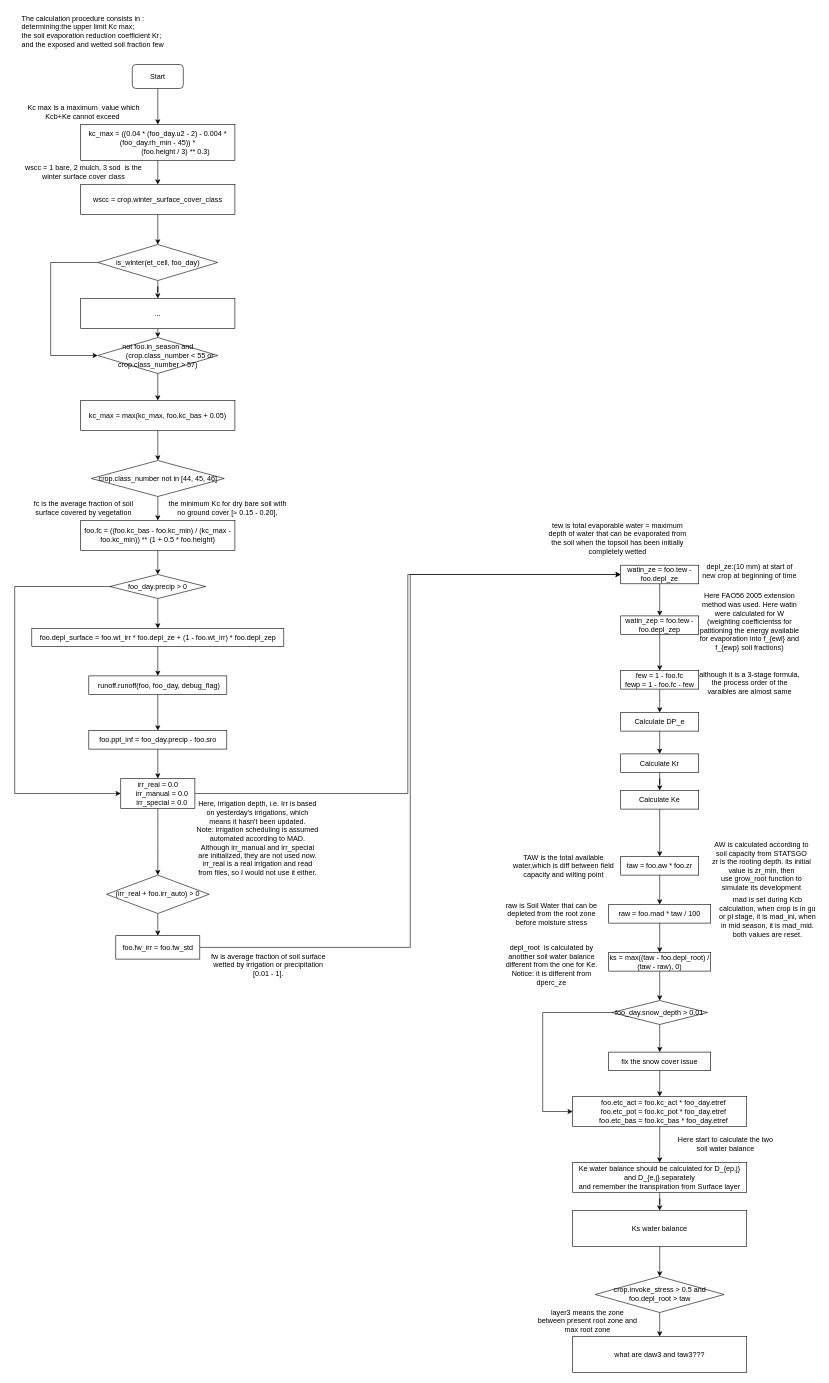
This is page "Ke_Ks-flow-chart" (5 of 5) of docs/Untitled Diagram.drawio from OuyangWenyu/et-demands, a draw.io file, before an edit. Source tidied: cells renumbered, new cells numbered last; positions are measured from the earlier drawing's top-left corner, leaving out a move shared by most shapes. Both pictures are drawn from the tidied source at 60%, with x=0, y=0 at pixel (14, 10).
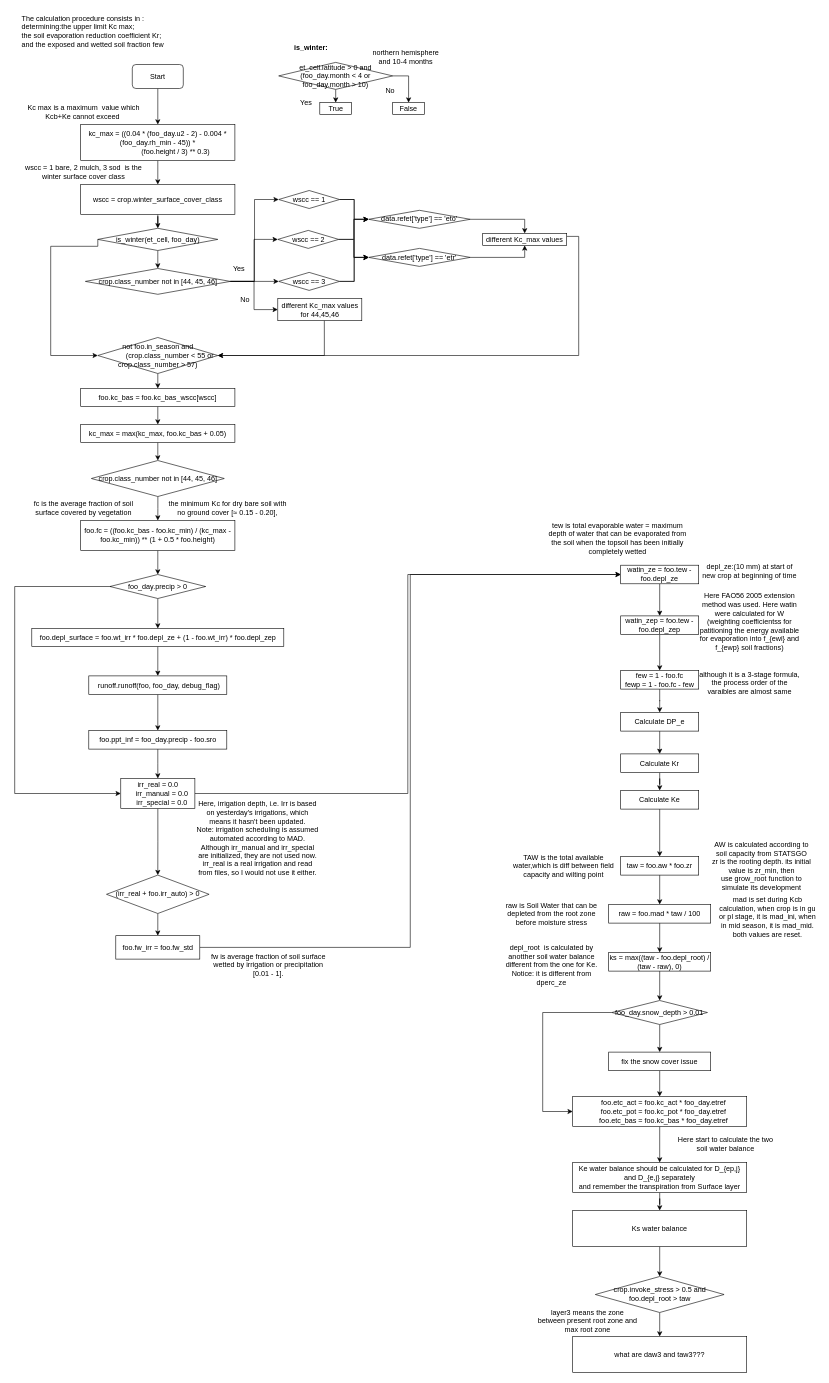
The same diagram, later.

Unchanged cells that the change refers to:
```xml
<mxCell id="15" value="&lt;div&gt;not foo.in_season and&lt;/div&gt;&lt;div&gt;&amp;nbsp; &amp;nbsp; &amp;nbsp; &amp;nbsp; &amp;nbsp; &amp;nbsp; (crop.class_number &amp;lt; 55 or crop.class_number &amp;gt; 57)&lt;/div&gt;" style="rhombus;whiteSpace=wrap;html=1;" parent="1" vertex="1">
  <mxGeometry x="138.5" y="545" width="200" height="60" as="geometry" />
</mxCell>
```

Change to the diagram source:
```diff
@@
-    <mxCell id="11" style="edgeStyle=orthogonalEdgeStyle;rounded=0;jettySize=auto;html=1;entryX=0.5;entryY=0;entryDx=0;entryDy=0;" parent="1" edge="1" source="13" target="17">
-      <mxGeometry relative="1" as="geometry" />
-    </mxCell>
     <mxCell id="12" style="edgeStyle=orthogonalEdgeStyle;rounded=0;jettySize=auto;html=1;exitX=0;exitY=0.5;exitDx=0;exitDy=0;entryX=0;entryY=0.5;entryDx=0;entryDy=0;" parent="1" edge="1" source="13" target="15">
       <mxGeometry relative="1" as="geometry">
         <Array as="points">
-          <mxPoint x="60" y="420" />
+          <mxPoint x="60" y="393" />
           <mxPoint x="60" y="575" />
         </Array>
       </mxGeometry>
     </mxCell>
+    <mxCell id="87" style="edgeStyle=orthogonalEdgeStyle;rounded=0;jettySize=auto;html=1;entryX=0.5;entryY=0;entryDx=0;entryDy=0;" parent="1" edge="1" source="13" target="102">
+      <mxGeometry relative="1" as="geometry" />
+    </mxCell>
     <mxCell id="13" value="is_winter(et_cell, foo_day)" style="rhombus;whiteSpace=wrap;html=1;" parent="1" vertex="1">
-      <mxGeometry x="138.5" y="390" width="200" height="60" as="geometry" />
+      <mxGeometry x="138.5" y="363" width="200" height="37" as="geometry" />
     </mxCell>
-    <mxCell id="14" style="edgeStyle=orthogonalEdgeStyle;rounded=0;jettySize=auto;html=1;exitX=0.5;exitY=1;exitDx=0;exitDy=0;entryX=0.5;entryY=0;entryDx=0;entryDy=0;" parent="1" edge="1" source="15" target="19">
+    <mxCell id="14" style="edgeStyle=orthogonalEdgeStyle;rounded=0;jettySize=auto;html=1;exitX=0.5;exitY=1;exitDx=0;exitDy=0;entryX=0.5;entryY=0;entryDx=0;entryDy=0;" parent="1" edge="1" source="15" target="122">
       <mxGeometry relative="1" as="geometry" />
     </mxCell>
@@
-    <mxCell id="16" style="edgeStyle=orthogonalEdgeStyle;rounded=0;jettySize=auto;html=1;exitX=0.5;exitY=1;exitDx=0;exitDy=0;entryX=0.5;entryY=0;entryDx=0;entryDy=0;" parent="1" edge="1" source="17" target="15">
-      <mxGeometry relative="1" as="geometry" />
-    </mxCell>
-    <mxCell id="17" value="..." style="rounded=0;whiteSpace=wrap;html=1;" parent="1" vertex="1">
-      <mxGeometry x="110" y="480" width="257" height="50" as="geometry" />
-    </mxCell>
@@
     <mxCell id="19" value="kc_max = max(kc_max, foo.kc_bas + 0.05)" style="rounded=0;whiteSpace=wrap;html=1;" parent="1" vertex="1">
-      <mxGeometry x="110" y="650" width="257" height="50" as="geometry" />
+      <mxGeometry x="110" y="690" width="257" height="30" as="geometry" />
     </mxCell>
@@
+    <mxCell id="88" style="edgeStyle=orthogonalEdgeStyle;rounded=0;jettySize=auto;html=1;exitX=0.554;exitY=0.973;exitDx=0;exitDy=0;entryX=1;entryY=0.5;entryDx=0;entryDy=0;exitPerimeter=0;" parent="1" edge="1" source="120" target="15">
+      <mxGeometry relative="1" as="geometry" />
+    </mxCell>
+    <mxCell id="89" style="edgeStyle=orthogonalEdgeStyle;rounded=0;jettySize=auto;html=1;exitX=0.5;exitY=1;exitDx=0;exitDy=0;entryX=0.5;entryY=0;entryDx=0;entryDy=0;" parent="1" edge="1" source="91" target="92">
+      <mxGeometry relative="1" as="geometry" />
+    </mxCell>
+    <mxCell id="90" style="edgeStyle=orthogonalEdgeStyle;rounded=0;jettySize=auto;html=1;exitX=1;exitY=0.5;exitDx=0;exitDy=0;entryX=0.5;entryY=0;entryDx=0;entryDy=0;" parent="1" edge="1" source="91" target="95">
+      <mxGeometry relative="1" as="geometry" />
+    </mxCell>
+    <mxCell id="91" value="et_cell.latitude &amp;gt; 0 and (foo_day.month &amp;lt; 4 or foo_day.month &amp;gt; 10)" style="rhombus;whiteSpace=wrap;html=1;" parent="1" vertex="1">
+      <mxGeometry x="440" y="86.5" width="190" height="45" as="geometry" />
+    </mxCell>
+    <mxCell id="92" value="True" style="rounded=0;whiteSpace=wrap;html=1;" parent="1" vertex="1">
+      <mxGeometry x="508.5" y="153.5" width="53" height="20" as="geometry" />
+    </mxCell>
+    <mxCell id="93" value="Yes" style="text;html=1;strokeColor=none;fillColor=none;align=center;verticalAlign=middle;whiteSpace=wrap;rounded=0;" parent="1" vertex="1">
+      <mxGeometry x="465.5" y="143.5" width="40" height="20" as="geometry" />
+    </mxCell>
+    <mxCell id="94" value="No" style="text;html=1;strokeColor=none;fillColor=none;align=center;verticalAlign=middle;whiteSpace=wrap;rounded=0;" parent="1" vertex="1">
+      <mxGeometry x="605.8" y="123.5" width="40" height="20" as="geometry" />
+    </mxCell>
+    <mxCell id="95" value="False" style="rounded=0;whiteSpace=wrap;html=1;" parent="1" vertex="1">
+      <mxGeometry x="630" y="153.5" width="53" height="20" as="geometry" />
+    </mxCell>
+    <mxCell id="96" value="northern hemisphere and 10-4 months" style="text;html=1;strokeColor=none;fillColor=none;align=center;verticalAlign=middle;whiteSpace=wrap;rounded=0;" parent="1" vertex="1">
+      <mxGeometry x="586.6" y="66.5" width="129.7" height="20" as="geometry" />
+    </mxCell>
+    <mxCell id="97" value="is_winter:" style="text;html=1;strokeColor=none;fillColor=none;align=center;verticalAlign=middle;whiteSpace=wrap;rounded=0;fontStyle=1;" parent="1" vertex="1">
+      <mxGeometry x="458.1" y="46.5" width="71.9" height="30" as="geometry" />
+    </mxCell>
+    <mxCell id="98" style="edgeStyle=orthogonalEdgeStyle;rounded=0;jettySize=auto;html=1;exitX=1;exitY=0.5;exitDx=0;exitDy=0;entryX=0;entryY=0.5;entryDx=0;entryDy=0;" parent="1" edge="1" source="102" target="107">
+      <mxGeometry relative="1" as="geometry" />
+    </mxCell>
+    <mxCell id="99" style="edgeStyle=orthogonalEdgeStyle;rounded=0;jettySize=auto;html=1;exitX=1;exitY=0.5;exitDx=0;exitDy=0;entryX=0;entryY=0.5;entryDx=0;entryDy=0;" parent="1" edge="1" source="102" target="110">
+      <mxGeometry relative="1" as="geometry" />
+    </mxCell>
+    <mxCell id="100" style="edgeStyle=orthogonalEdgeStyle;rounded=0;jettySize=auto;html=1;exitX=1;exitY=0.5;exitDx=0;exitDy=0;entryX=0;entryY=0.5;entryDx=0;entryDy=0;" parent="1" edge="1" source="102" target="113">
+      <mxGeometry relative="1" as="geometry" />
+    </mxCell>
+    <mxCell id="101" style="edgeStyle=orthogonalEdgeStyle;rounded=0;jettySize=auto;html=1;exitX=1;exitY=0.5;exitDx=0;exitDy=0;entryX=0;entryY=0.5;entryDx=0;entryDy=0;" parent="1" edge="1" source="102" target="120">
+      <mxGeometry relative="1" as="geometry" />
+    </mxCell>
+    <mxCell id="102" value="crop.class_number not in [44, 45, 46]" style="rhombus;whiteSpace=wrap;html=1;" parent="1" vertex="1">
+      <mxGeometry x="117.8" y="430" width="241.5" height="43" as="geometry" />
+    </mxCell>
+    <mxCell id="103" style="edgeStyle=orthogonalEdgeStyle;rounded=0;jettySize=auto;html=1;exitX=1;exitY=0.25;exitDx=0;exitDy=0;entryX=1;entryY=0.5;entryDx=0;entryDy=0;" parent="1" edge="1" source="104" target="15">
+      <mxGeometry relative="1" as="geometry">
+        <Array as="points">
+          <mxPoint x="940" y="377" />
+          <mxPoint x="940" y="575" />
+        </Array>
+      </mxGeometry>
+    </mxCell>
+    <mxCell id="104" value="different Kc_max values" style="rounded=0;whiteSpace=wrap;html=1;" parent="1" vertex="1">
+      <mxGeometry x="780" y="371.5" width="140" height="20" as="geometry" />
+    </mxCell>
+    <mxCell id="105" style="edgeStyle=orthogonalEdgeStyle;rounded=0;jettySize=auto;html=1;exitX=1;exitY=0.5;exitDx=0;exitDy=0;entryX=0;entryY=0.5;entryDx=0;entryDy=0;" parent="1" edge="1" source="107" target="115">
+      <mxGeometry relative="1" as="geometry" />
+    </mxCell>
+    <mxCell id="106" style="edgeStyle=orthogonalEdgeStyle;rounded=0;jettySize=auto;html=1;exitX=1;exitY=0.5;exitDx=0;exitDy=0;entryX=0;entryY=0.5;entryDx=0;entryDy=0;" parent="1" edge="1" source="107" target="117">
+      <mxGeometry relative="1" as="geometry" />
+    </mxCell>
+    <mxCell id="107" value="wscc == 1" style="rhombus;whiteSpace=wrap;html=1;" parent="1" vertex="1">
+      <mxGeometry x="440" y="300" width="101.5" height="30" as="geometry" />
+    </mxCell>
+    <mxCell id="108" style="edgeStyle=orthogonalEdgeStyle;rounded=0;jettySize=auto;html=1;exitX=1;exitY=0.5;exitDx=0;exitDy=0;entryX=0;entryY=0.5;entryDx=0;entryDy=0;" parent="1" edge="1" source="110" target="115">
+      <mxGeometry relative="1" as="geometry" />
+    </mxCell>
+    <mxCell id="109" style="edgeStyle=orthogonalEdgeStyle;rounded=0;jettySize=auto;html=1;exitX=1;exitY=0.5;exitDx=0;exitDy=0;entryX=0;entryY=0.5;entryDx=0;entryDy=0;" parent="1" edge="1" source="110" target="117">
+      <mxGeometry relative="1" as="geometry" />
+    </mxCell>
+    <mxCell id="110" value="wscc == 2" style="rhombus;whiteSpace=wrap;html=1;" parent="1" vertex="1">
+      <mxGeometry x="438.5" y="366.5" width="101.5" height="30" as="geometry" />
+    </mxCell>
+    <mxCell id="111" style="edgeStyle=orthogonalEdgeStyle;rounded=0;jettySize=auto;html=1;exitX=1;exitY=0.5;exitDx=0;exitDy=0;entryX=0;entryY=0.5;entryDx=0;entryDy=0;" parent="1" edge="1" source="113" target="115">
+      <mxGeometry relative="1" as="geometry" />
+    </mxCell>
+    <mxCell id="112" style="edgeStyle=orthogonalEdgeStyle;rounded=0;jettySize=auto;html=1;exitX=1;exitY=0.5;exitDx=0;exitDy=0;entryX=0;entryY=0.5;entryDx=0;entryDy=0;" parent="1" edge="1" source="113" target="117">
+      <mxGeometry relative="1" as="geometry" />
+    </mxCell>
+    <mxCell id="113" value="wscc == 3" style="rhombus;whiteSpace=wrap;html=1;" parent="1" vertex="1">
+      <mxGeometry x="440" y="436.5" width="101.5" height="30" as="geometry" />
+    </mxCell>
+    <mxCell id="114" style="edgeStyle=orthogonalEdgeStyle;rounded=0;jettySize=auto;html=1;" parent="1" edge="1" source="115" target="104">
+      <mxGeometry relative="1" as="geometry" />
+    </mxCell>
+    <mxCell id="115" value="data.refet['type'] == 'eto'" style="rhombus;whiteSpace=wrap;html=1;" parent="1" vertex="1">
+      <mxGeometry x="590" y="333" width="169.2" height="30" as="geometry" />
+    </mxCell>
+    <mxCell id="116" style="edgeStyle=orthogonalEdgeStyle;rounded=0;jettySize=auto;html=1;entryX=0.5;entryY=1;entryDx=0;entryDy=0;" parent="1" edge="1" source="117" target="104">
+      <mxGeometry relative="1" as="geometry" />
+    </mxCell>
+    <mxCell id="117" value="data.refet['type'] == 'etr'" style="rhombus;whiteSpace=wrap;html=1;" parent="1" vertex="1">
+      <mxGeometry x="590" y="396.5" width="169.2" height="30" as="geometry" />
+    </mxCell>
+    <mxCell id="118" value="Yes" style="text;html=1;strokeColor=none;fillColor=none;align=center;verticalAlign=middle;whiteSpace=wrap;rounded=0;" parent="1" vertex="1">
+      <mxGeometry x="353.5" y="420" width="40" height="20" as="geometry" />
+    </mxCell>
+    <mxCell id="119" value="No" style="text;html=1;strokeColor=none;fillColor=none;align=center;verticalAlign=middle;whiteSpace=wrap;rounded=0;" parent="1" vertex="1">
+      <mxGeometry x="364" y="473" width="40" height="20" as="geometry" />
+    </mxCell>
+    <mxCell id="120" value="different Kc_max values&lt;br&gt;for 44,45,46" style="rounded=0;whiteSpace=wrap;html=1;" parent="1" vertex="1">
+      <mxGeometry x="438.5" y="480" width="140" height="37" as="geometry" />
+    </mxCell>
+    <mxCell id="121" style="edgeStyle=orthogonalEdgeStyle;rounded=0;jettySize=auto;html=1;exitX=0.5;exitY=1;exitDx=0;exitDy=0;entryX=0.5;entryY=0;entryDx=0;entryDy=0;" parent="1" edge="1" source="122" target="19">
+      <mxGeometry relative="1" as="geometry" />
+    </mxCell>
+    <mxCell id="122" value="foo.kc_bas = foo.kc_bas_wscc[wscc]" style="rounded=0;whiteSpace=wrap;html=1;" parent="1" vertex="1">
+      <mxGeometry x="110" y="630" width="257" height="30" as="geometry" />
+    </mxCell>
```
